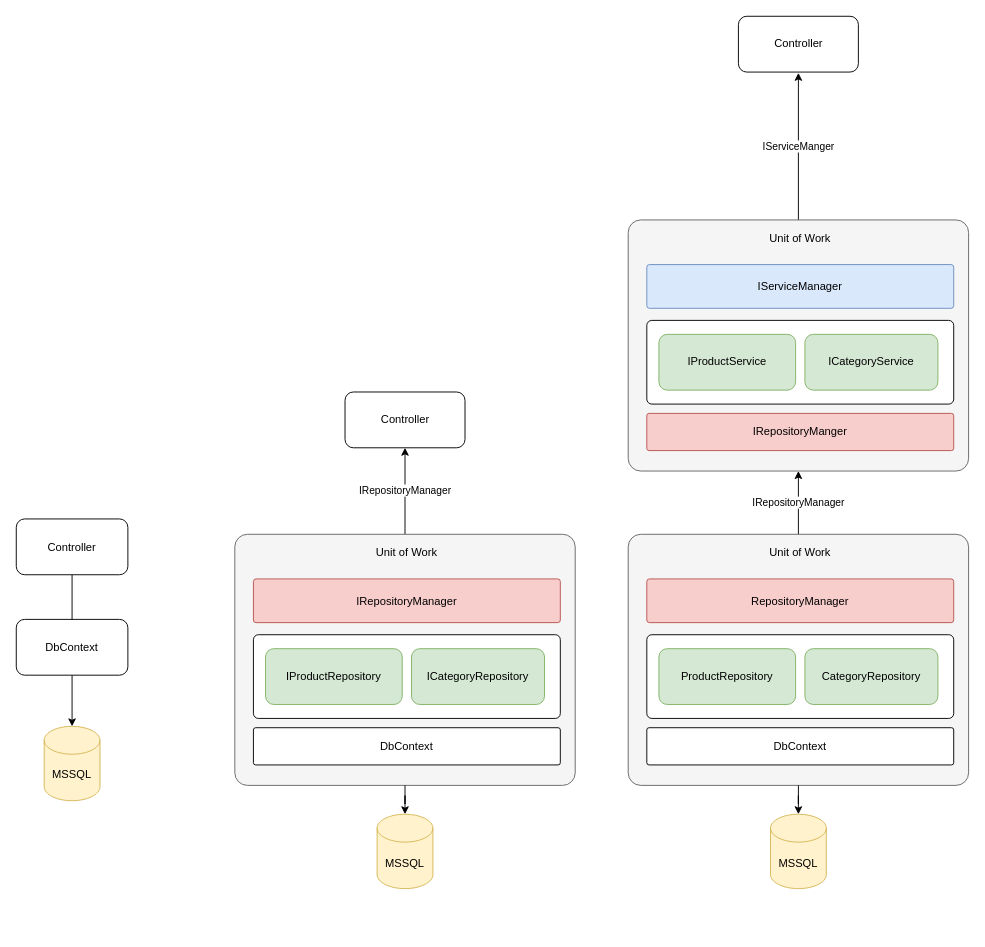
This is page "Repository" (4 of 4) of Draws.drawio from zcomert/btk-akademi-aspnet-core-mvc-bootcamp-samsun, a draw.io file, before an edit. Source tidied: cells renumbered, new cells numbered last; positions are measured from the earlier drawing's top-left corner, leaving out a move shared by most shapes. Both pictures are drawn from the tidied source at 93%, with x=0, y=0 at pixel (16, 16).
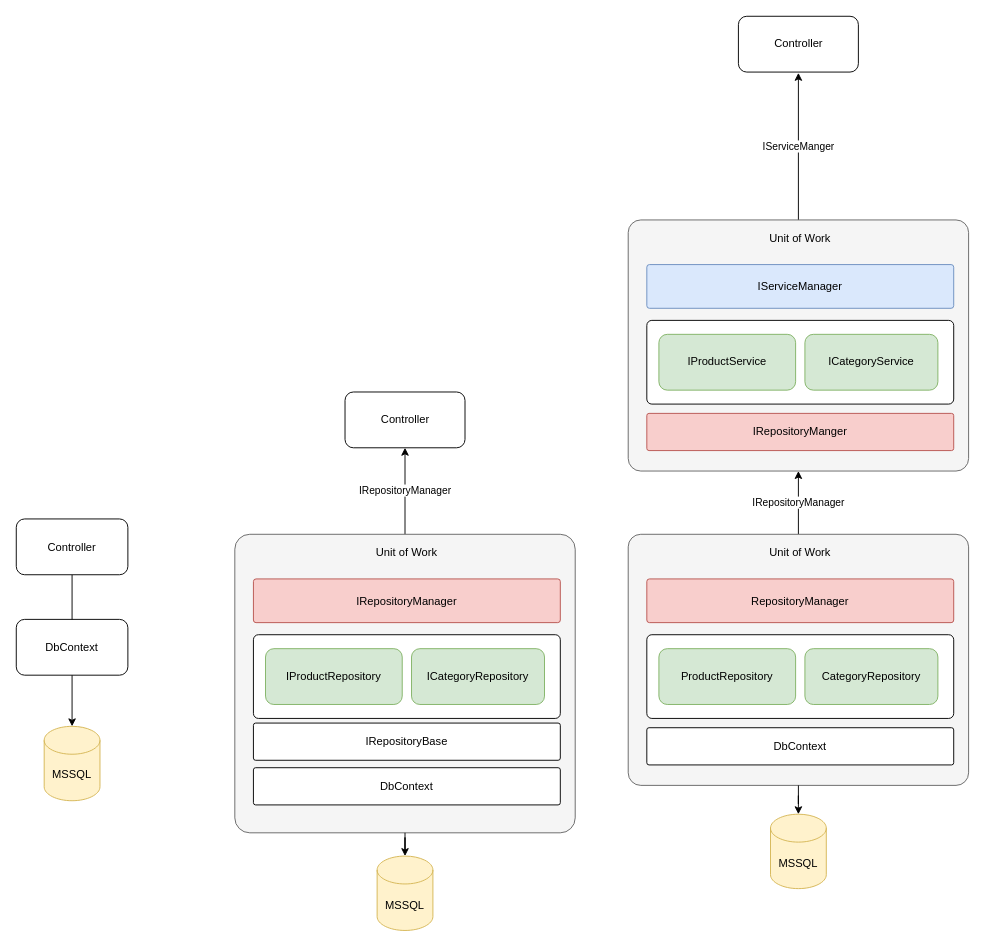
Above is the later version.

Diff of the diagram source:
```diff
@@
     <mxCell id="3" style="rounded=1;whiteSpace=wrap;html=1;fillColor=#f5f5f5;strokeColor=#666666;fontColor=#333333;arcSize=5;" parent="1" vertex="1">
-      <mxGeometry x="235" y="557" width="366" height="270" as="geometry" />
+      <mxGeometry x="235" y="557" width="366" height="321" as="geometry" />
     </mxCell>
@@
     <mxCell id="10" value="MSSQL" style="shape=cylinder3;whiteSpace=wrap;html=1;boundedLbl=1;backgroundOutline=1;size=15;fillColor=#fff2cc;strokeColor=#d6b656;" parent="1" vertex="1">
-      <mxGeometry x="388" y="858" width="60" height="80" as="geometry" />
+      <mxGeometry x="388" y="903" width="60" height="80" as="geometry" />
     </mxCell>
@@
     <mxCell id="14" value="DbContext" style="rounded=1;whiteSpace=wrap;html=1;arcSize=6;" parent="1" vertex="1">
-      <mxGeometry x="255" y="765" width="330" height="40" as="geometry" />
+      <mxGeometry x="255" y="808" width="330" height="40" as="geometry" />
     </mxCell>
@@
+    <mxCell id="36" value="IRepositoryBase" style="rounded=1;whiteSpace=wrap;html=1;arcSize=6;" parent="1" vertex="1">
+      <mxGeometry x="255" y="760" width="330" height="40" as="geometry" />
+    </mxCell>
```
